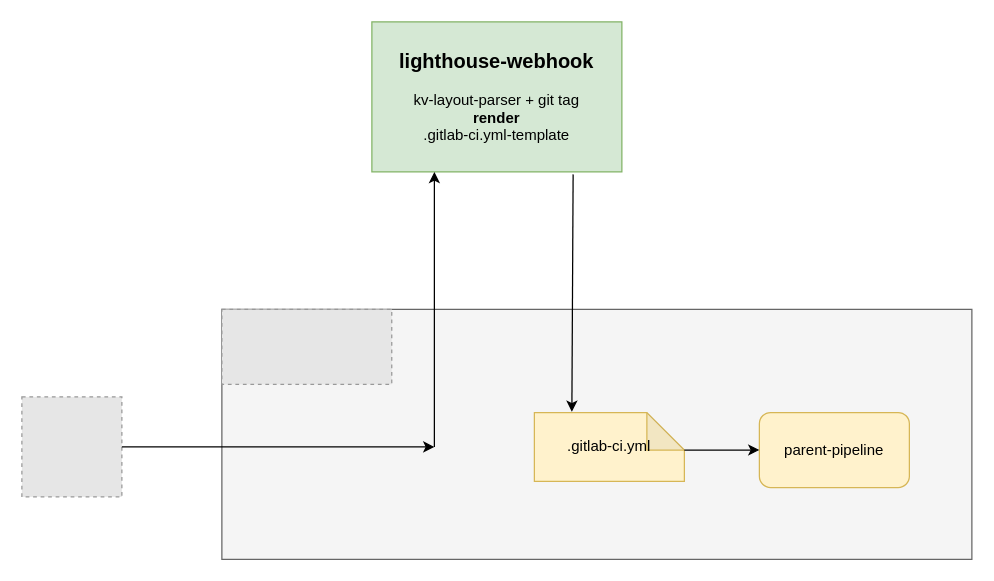
YanshanSong/draw.io keeps this draw.io diagram as lighthouse-injection.drawio. Above is the earlier version. Source tidied: cells renumbered, new cells numbered last; positions are measured from the earlier drawing's top-left corner, leaving out a move shared by most shapes. Both pictures are drawn from the tidied source at 125%, with x=0, y=0 at pixel (21, 21). Pictures stored in the file or linked from it are replaced by grey dashed boxes.
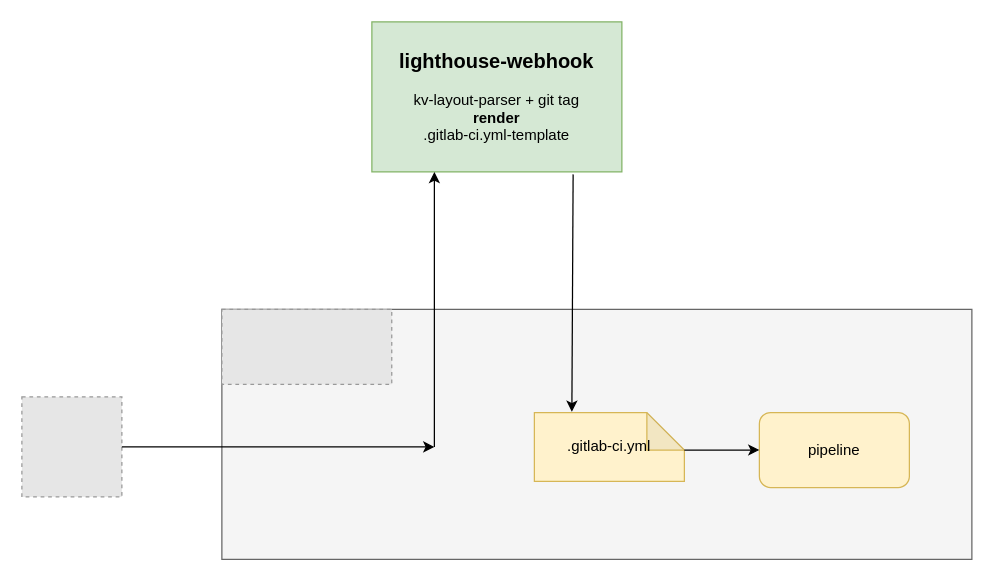
After the change.

Change to the diagram source:
```diff
@@
 <mxGraphModel>
   <root>
     <mxCell id="0" />
     <mxCell id="1" parent="0" />
     <mxCell id="2" style="rounded=0;whiteSpace=wrap;html=1;fillColor=#f5f5f5;fontColor=#333333;strokeColor=#666666;" parent="1" vertex="1">
       <mxGeometry x="160" y="230" width="600" height="200" as="geometry" />
     </mxCell>
     <mxCell id="3" style="fillColor=#E6E6E6;strokeColor=#999999;dashed=1;verticalLabelPosition=bottom;labelBackgroundColor=default;verticalAlign=top;fontFamily=Times New Roman;" parent="1" vertex="1">
       <mxGeometry y="300" width="80" height="80" as="geometry" />
     </mxCell>
     <mxCell id="4" style="fillColor=#E6E6E6;strokeColor=#999999;dashed=1;verticalLabelPosition=bottom;labelBackgroundColor=default;verticalAlign=top;" parent="1" vertex="1">
       <mxGeometry x="160" y="230" width="135.9" height="60" as="geometry" />
     </mxCell>
     <mxCell id="5" value="&lt;font style=&quot;&quot;&gt;&lt;font style=&quot;font-size: 16px;&quot;&gt;&lt;b&gt;lighthouse-webhook&lt;/b&gt;&lt;br&gt;&lt;/font&gt;&lt;br&gt;kv-layout-parser + git tag&lt;br&gt;&lt;b&gt;render&lt;br&gt;&lt;/b&gt;.gitlab-ci.yml-template&lt;br&gt;&lt;/font&gt;" style="rounded=0;whiteSpace=wrap;html=1;fillColor=#d5e8d4;strokeColor=#82b366;" parent="1" vertex="1">
       <mxGeometry x="280" width="200" height="120" as="geometry" />
     </mxCell>
     <mxCell id="6" value=".gitlab-ci.yml" style="shape=note;whiteSpace=wrap;html=1;backgroundOutline=1;darkOpacity=0.05;fillColor=#fff2cc;strokeColor=#d6b656;" parent="1" vertex="1">
       <mxGeometry x="410" y="312.5" width="120" height="55" as="geometry" />
     </mxCell>
     <mxCell id="7" style="endArrow=classic;html=1;rounded=0;exitX=1;exitY=0.5;exitDx=0;exitDy=0;" parent="1" edge="1" source="3">
       <mxGeometry relative="1" as="geometry">
         <mxPoint x="330" y="340" as="targetPoint" />
       </mxGeometry>
     </mxCell>
     <mxCell id="8" style="endArrow=classic;html=1;rounded=0;entryX=0.25;entryY=1;entryDx=0;entryDy=0;" parent="1" edge="1" target="5">
       <mxGeometry relative="1" as="geometry">
         <mxPoint x="330" y="340" as="sourcePoint" />
       </mxGeometry>
     </mxCell>
     <mxCell id="9" style="endArrow=classic;html=1;rounded=0;exitX=0.805;exitY=1;exitDx=0;exitDy=0;exitPerimeter=0;" parent="1" edge="1">
       <mxGeometry relative="1" as="geometry">
         <mxPoint x="441" y="122" as="sourcePoint" />
         <mxPoint x="440" y="312" as="targetPoint" />
       </mxGeometry>
     </mxCell>
-    <mxCell id="10" value="parent-pipeline" style="rounded=1;whiteSpace=wrap;html=1;fillColor=#fff2cc;strokeColor=#d6b656;" parent="1" vertex="1">
+    <mxCell id="10" value="pipeline" style="rounded=1;whiteSpace=wrap;html=1;fillColor=#fff2cc;strokeColor=#d6b656;" parent="1" vertex="1">
       <mxGeometry x="590" y="312.5" width="120" height="60" as="geometry" />
     </mxCell>
     <mxCell id="11" style="endArrow=classic;html=1;rounded=0;exitX=0;exitY=0;exitDx=120;exitDy=30;exitPerimeter=0;entryX=0;entryY=0.5;entryDx=0;entryDy=0;" parent="1" edge="1" source="6" target="10">
       <mxGeometry relative="1" as="geometry" />
     </mxCell>
   </root>
 </mxGraphModel>
```
